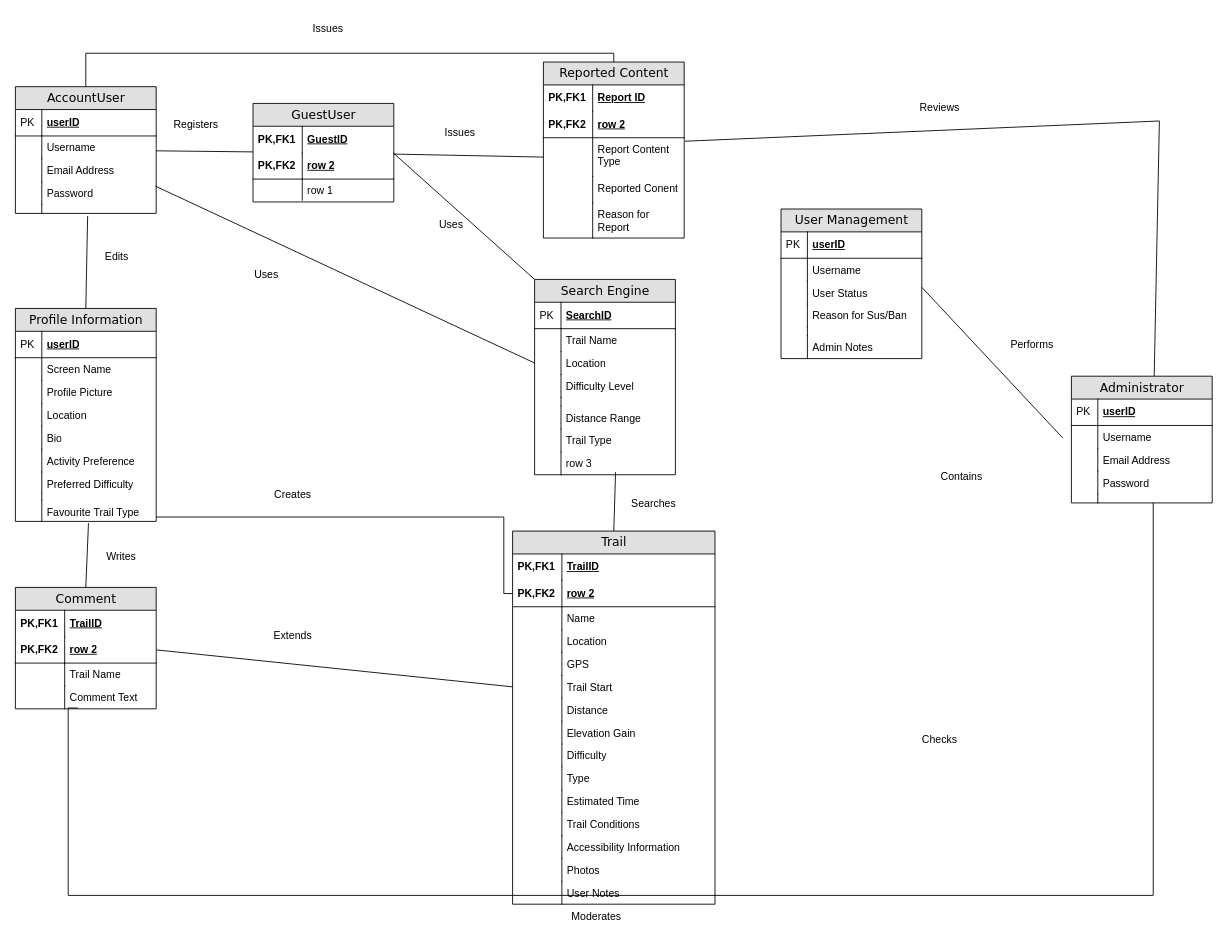
Above: ERDWeb.drawio in Sky-monster/Diagrams (draw.io), before the change. Source tidied: cells renumbered, new cells numbered last; positions are measured from the earlier drawing's top-left corner, leaving out a move shared by most shapes. Both pictures are drawn from the tidied source at 88%, with x=0, y=0 at pixel (15, 15).
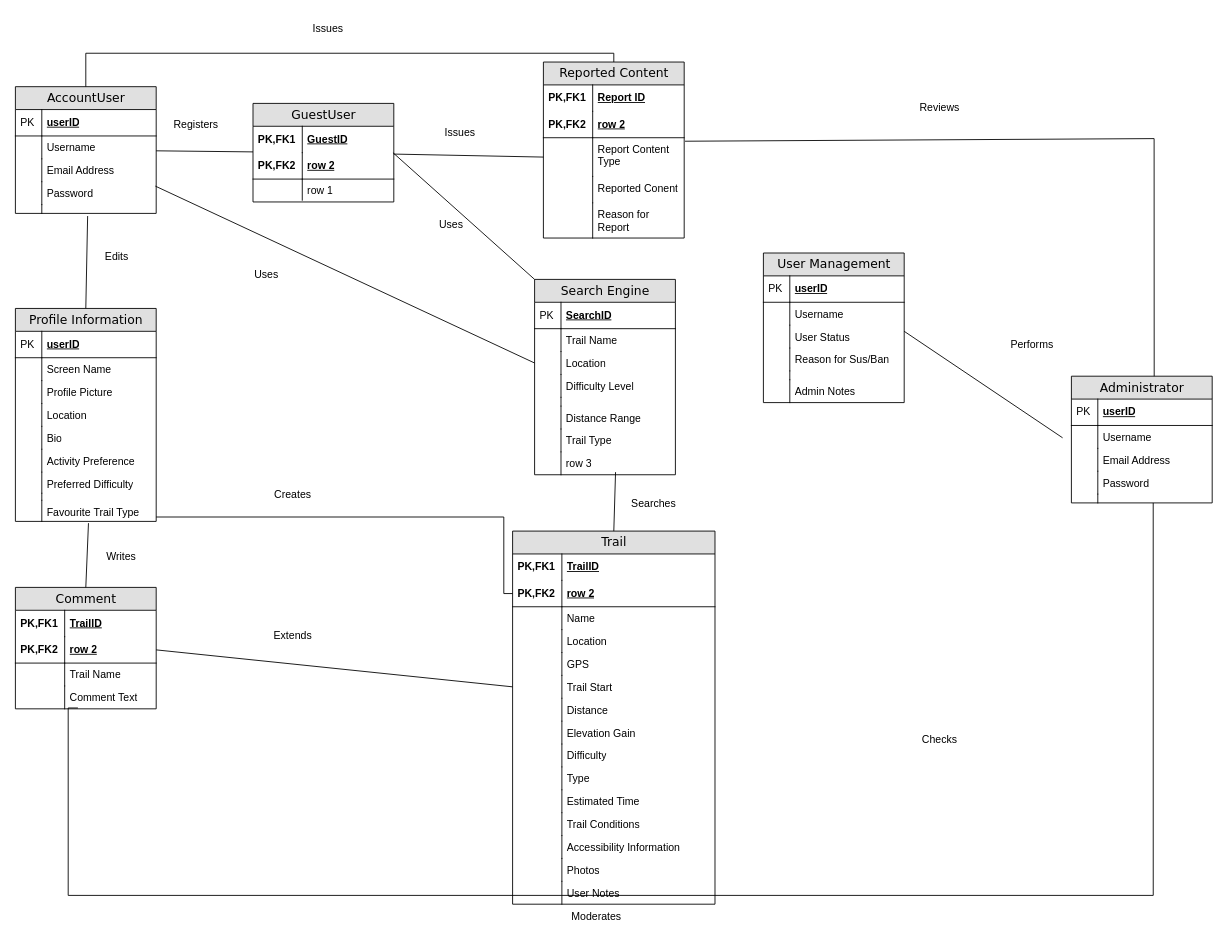
The same page after the edit.

The change refers to these unchanged cells:
```xml
<mxCell id="5" value="row 2" style="shape=partialRectangle;top=0;left=0;right=0;bottom=1;html=1;align=left;verticalAlign=middle;fillColor=none;spacingLeft=60;spacingRight=4;whiteSpace=wrap;overflow=hidden;points=[[0,0.5],[1,0.5]];portConstraint=eastwest;fontStyle=5;" parent="2" vertex="1">
  <mxGeometry y="56" width="160" height="30" as="geometry" />
</mxCell>
<mxCell id="45" value="Administrator" style="swimlane;html=1;fontStyle=0;horizontal=1;startSize=26;fillColor=#e0e0e0;swimlaneFillColor=#ffffff;align=center;rounded=0;shadow=0;comic=0;labelBackgroundColor=none;strokeWidth=1;fontFamily=Verdana;fontSize=14;" parent="1" vertex="1">
  <mxGeometry x="1200" y="410" width="160" height="144" as="geometry" />
</mxCell>
```

The edit, as a diff of the source:
```diff
@@
     <mxCell id="13" value="User Management" style="swimlane;html=1;fontStyle=0;horizontal=1;startSize=26;fillColor=#e0e0e0;swimlaneFillColor=#ffffff;align=center;rounded=0;shadow=0;comic=0;labelBackgroundColor=none;strokeWidth=1;fontFamily=Verdana;fontSize=14;swimlaneLine=1;" parent="1" vertex="1">
-      <mxGeometry x="870" y="220" width="160" height="170" as="geometry" />
+      <mxGeometry x="850" y="270" width="160" height="170" as="geometry" />
     </mxCell>
@@
-    <mxCell id="119" value="Contains" style="text;html=1;align=center;verticalAlign=middle;strokeColor=none;fillColor=none;" parent="1" vertex="1">
-      <mxGeometry x="1040" y="510" width="70" height="30" as="geometry" />
-    </mxCell>
@@
     <mxCell id="157" style="endArrow=none;html=1;rounded=0;entryX=0.588;entryY=0;entryDx=0;entryDy=0;entryPerimeter=0;exitX=1.006;exitY=1.133;exitDx=0;exitDy=0;exitPerimeter=0;" parent="1" edge="1" source="5" target="45">
       <mxGeometry relative="1" as="geometry">
         <Array as="points">
-          <mxPoint x="1300" y="120" />
+          <mxPoint x="1294" y="140" />
         </Array>
       </mxGeometry>
     </mxCell>
```
